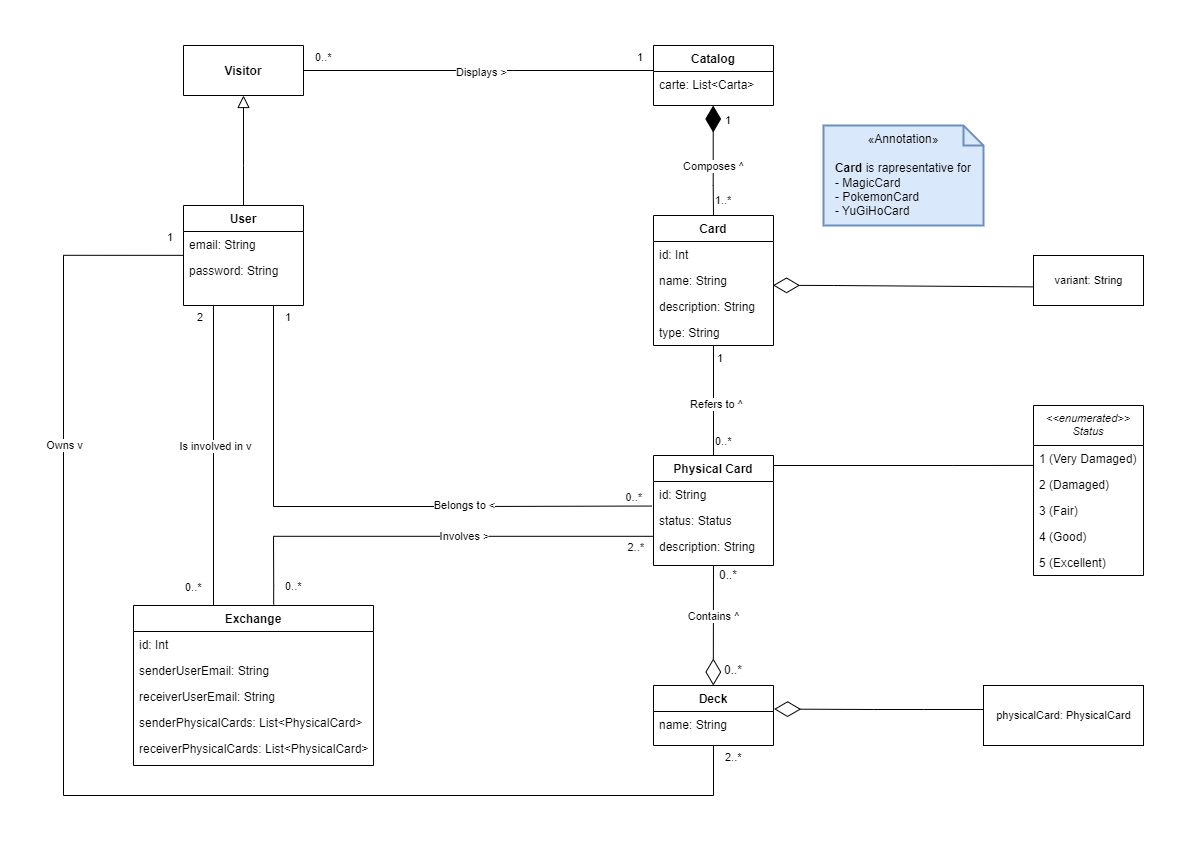
This is DOC/Inception/Artifacts/DomainModel/Domain_version4.0.png from alessioarcara/Card-Exchange, a draw.io export, as it was before one commit. Source tidied: cells renumbered, new cells last; positions are measured from the earlier drawing's top-left corner, leaving out a move shared by most shapes.
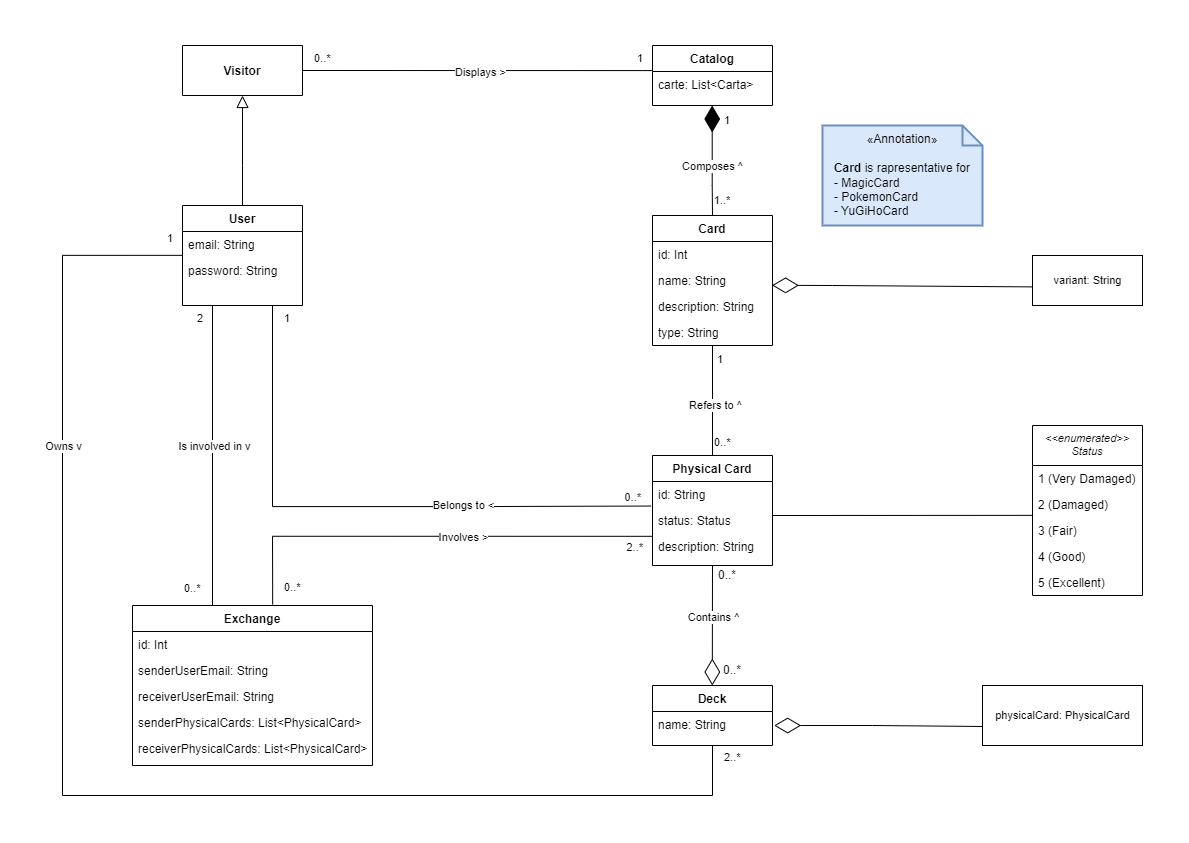
After the change.

Commit message:
added Use cases Detail

The edit, as a diff of the source:
```diff
@@ -90,8 +90,8 @@
     <mxCell id="28" style="endArrow=none;html=1;edgeStyle=orthogonalEdgeStyle;rounded=0;exitX=1;exitY=0.5;exitDx=0;exitDy=0;" parent="1" edge="1" source="2" target="12">
       <mxGeometry relative="1" as="geometry">
         <Array as="points">
-          <mxPoint x="450" y="25" />
-          <mxPoint x="450" y="25" />
+          <mxPoint x="580" y="25" />
+          <mxPoint x="580" y="25" />
         </Array>
       </mxGeometry>
     </mxCell>
@@ -241,16 +241,16 @@
         <mxPoint x="-3" y="-59" as="offset" />
       </mxGeometry>
     </mxCell>
-    <mxCell id="54" style="endArrow=none;html=1;edgeStyle=orthogonalEdgeStyle;rounded=0;entryX=0.003;entryY=0.766;entryDx=0;entryDy=0;entryPerimeter=0;" parent="1" edge="1" target="56">
+    <mxCell id="54" style="endArrow=none;html=1;edgeStyle=orthogonalEdgeStyle;rounded=0;entryX=0.005;entryY=0.915;entryDx=0;entryDy=0;entryPerimeter=0;" parent="1" edge="1" target="57">
       <mxGeometry relative="1" as="geometry">
-        <mxPoint x="710" y="420" as="sourcePoint" />
+        <mxPoint x="710" y="470" as="sourcePoint" />
         <Array as="points">
-          <mxPoint x="890" y="420" />
+          <mxPoint x="971" y="470" />
         </Array>
       </mxGeometry>
     </mxCell>
     <mxCell id="55" value="&lt;&lt;enumerated&gt;&gt;&#10;Status" style="swimlane;fontStyle=2;align=center;verticalAlign=top;horizontal=1;startSize=40;rounded=0;shadow=0;strokeWidth=1;fontSize=11;" parent="1" vertex="1">
-      <mxGeometry x="970" y="360" width="110" height="170" as="geometry" />
+      <mxGeometry x="970" y="380" width="110" height="170" as="geometry" />
     </mxCell>
     <mxCell id="56" value="1 (Very Damaged)" style="text;align=left;verticalAlign=top;spacingLeft=4;spacingRight=4;overflow=hidden;points=[[0,0.5],[1,0.5]];portConstraint=eastwest;" parent="55" vertex="1">
       <mxGeometry y="40" width="110" height="26" as="geometry" />
@@ -296,12 +296,10 @@
     <mxCell id="67" value="physicalCard: PhysicalCard" style="html=1;fontSize=11;" parent="1" vertex="1">
       <mxGeometry x="920" y="640" width="160" height="60" as="geometry" />
     </mxCell>
-    <mxCell id="68" style="endArrow=diamondThin;endFill=0;endSize=24;html=1;rounded=0;fontSize=11;entryX=1.005;entryY=0.393;entryDx=0;entryDy=0;entryPerimeter=0;" parent="1" edge="1" target="18">
+    <mxCell id="68" style="endArrow=diamondThin;endFill=0;endSize=24;html=1;rounded=0;fontSize=11;entryX=1.014;entryY=0.539;entryDx=0;entryDy=0;entryPerimeter=0;exitX=-0.001;exitY=0.683;exitDx=0;exitDy=0;exitPerimeter=0;" parent="1" edge="1" source="67" target="19">
       <mxGeometry relative="1" as="geometry">
-        <mxPoint x="920" y="664" as="sourcePoint" />
         <Array as="points">
-          <mxPoint x="860" y="664" />
-          <mxPoint x="810" y="664" />
+          <mxPoint x="810" y="680" />
         </Array>
       </mxGeometry>
     </mxCell>
```
